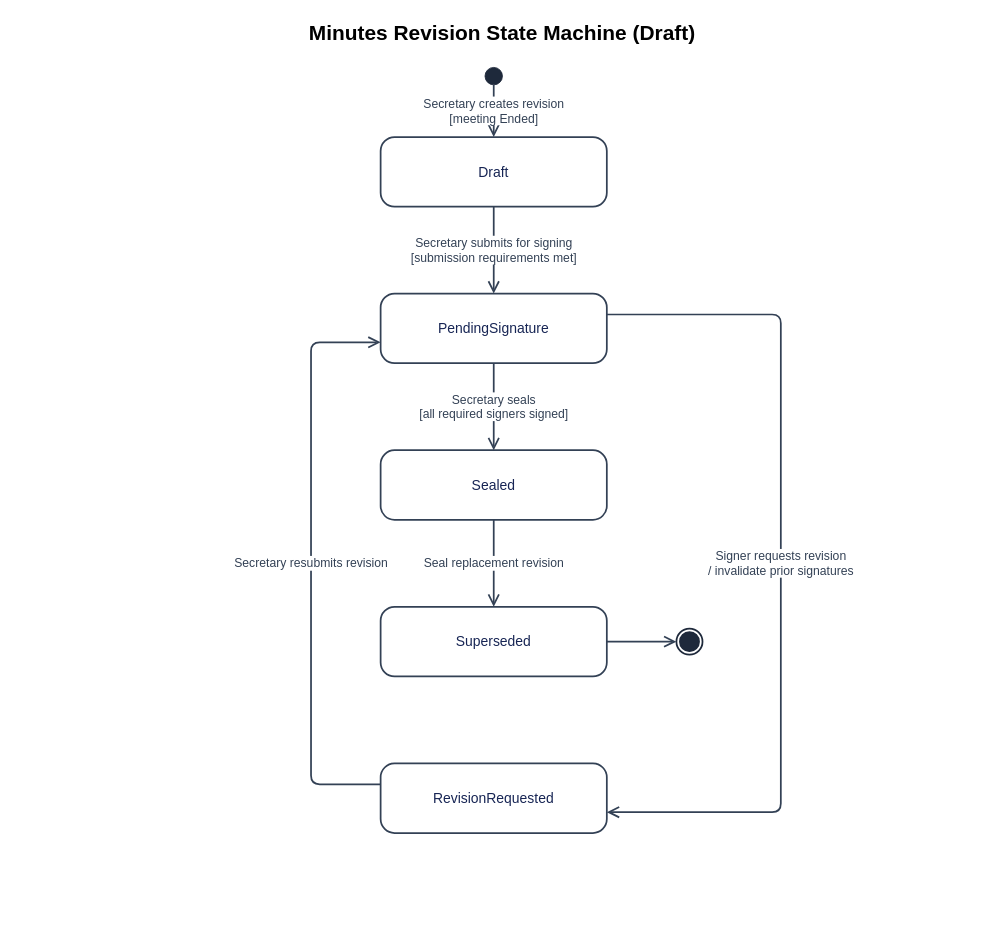
This is docs/10-statemachine/SM-13_Minutes.drawio from callmehai/FU-FA26-G116, a draw.io file, before an edit. Source tidied: cells renumbered, new cells numbered last; positions are measured from the earlier drawing's top-left corner, leaving out a move shared by most shapes. Both pictures are drawn from the tidied source at 87%, with x=0, y=0 at pixel (15, 15).
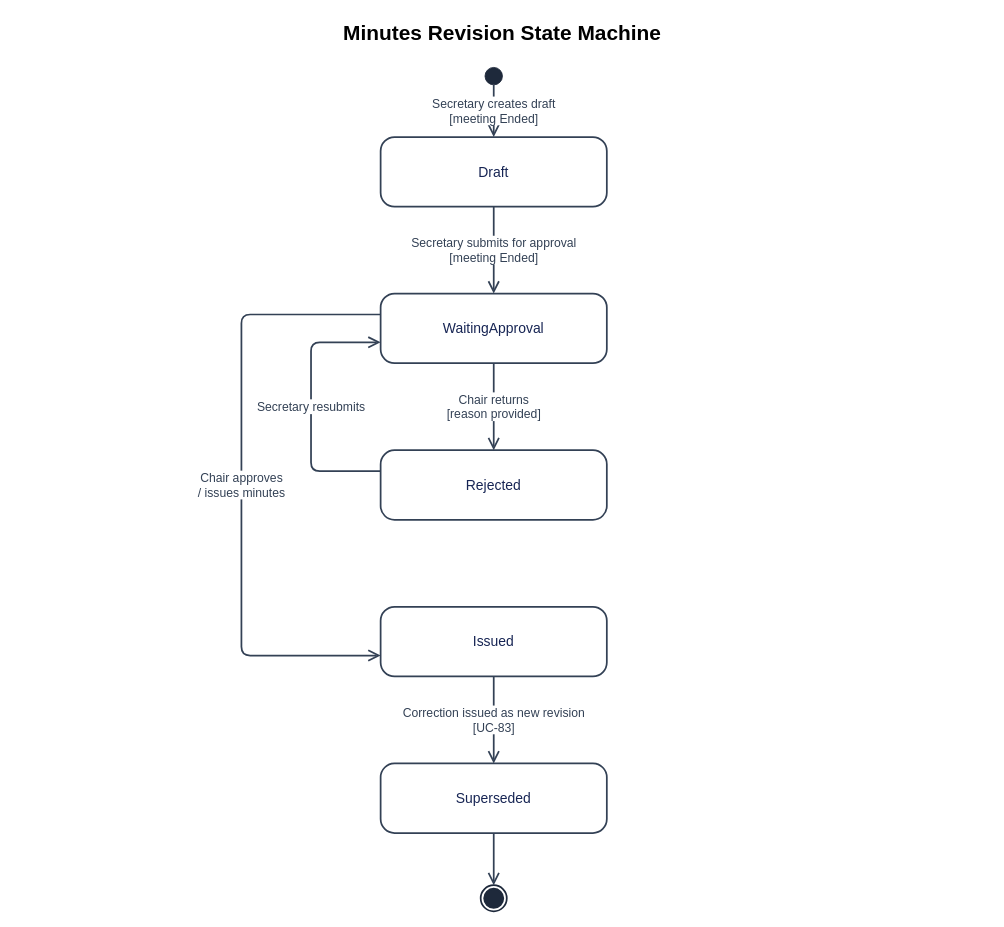
The same page after the edit.

The change refers to these unchanged cells:
```xml
<mxCell id="3" style="html=1;whiteSpace=wrap;fontFamily=Arial;fontSize=16;ellipse;fillColor=#1e293b;strokeColor=#1e293b;" parent="1" vertex="1">
  <mxGeometry x="540" y="60" width="20" height="20" as="geometry" />
</mxCell>
<mxCell id="4" value="Draft" style="html=1;whiteSpace=wrap;fontFamily=Arial;fontSize=16;rounded=1;arcSize=20;fillColor=#ffffff;strokeColor=#334155;fontColor=#172554;strokeWidth=2;" parent="1" vertex="1">
  <mxGeometry x="420" y="140" width="260" height="80" as="geometry" />
</mxCell>
```

Change to the diagram source:
```diff
@@
-    <mxCell id="2" value="Minutes Revision State Machine (Draft)" style="html=1;whiteSpace=wrap;fontFamily=Arial;fontSize=16;text;align=center;fontStyle=1;fontSize=24;" parent="1" vertex="1">
+    <mxCell id="2" value="Minutes Revision State Machine" style="html=1;whiteSpace=wrap;fontFamily=Arial;fontSize=16;text;align=center;fontStyle=1;fontSize=24;" parent="1" vertex="1">
       <mxGeometry width="1120" height="50" as="geometry" />
     </mxCell>
@@
-    <mxCell id="5" value="PendingSignature" style="html=1;whiteSpace=wrap;fontFamily=Arial;fontSize=16;rounded=1;arcSize=20;fillColor=#ffffff;strokeColor=#334155;fontColor=#172554;strokeWidth=2;" parent="1" vertex="1">
-      <mxGeometry x="420" y="320" width="260" height="80" as="geometry" />
-    </mxCell>
-    <mxCell id="6" value="Sealed" style="html=1;whiteSpace=wrap;fontFamily=Arial;fontSize=16;rounded=1;arcSize=20;fillColor=#ffffff;strokeColor=#334155;fontColor=#172554;strokeWidth=2;" parent="1" vertex="1">
-      <mxGeometry x="420" y="500" width="260" height="80" as="geometry" />
-    </mxCell>
+    <mxCell id="17" value="WaitingApproval" style="html=1;whiteSpace=wrap;fontFamily=Arial;fontSize=16;rounded=1;arcSize=20;fillColor=#ffffff;strokeColor=#334155;fontColor=#172554;strokeWidth=2;" parent="1" vertex="1">
+      <mxGeometry x="420" y="320" width="260" height="80" as="geometry" />
+    </mxCell>
+    <mxCell id="18" value="Rejected" style="html=1;whiteSpace=wrap;fontFamily=Arial;fontSize=16;rounded=1;arcSize=20;fillColor=#ffffff;strokeColor=#334155;fontColor=#172554;strokeWidth=2;" parent="1" vertex="1">
+      <mxGeometry x="420" y="500" width="260" height="80" as="geometry" />
+    </mxCell>
+    <mxCell id="19" value="Issued" style="html=1;whiteSpace=wrap;fontFamily=Arial;fontSize=16;rounded=1;arcSize=20;fillColor=#ffffff;strokeColor=#334155;fontColor=#172554;strokeWidth=2;" parent="1" vertex="1">
+      <mxGeometry x="420" y="680" width="260" height="80" as="geometry" />
+    </mxCell>
     <mxCell id="7" value="Superseded" style="html=1;whiteSpace=wrap;fontFamily=Arial;fontSize=16;rounded=1;arcSize=20;fillColor=#ffffff;strokeColor=#334155;fontColor=#172554;strokeWidth=2;" parent="1" vertex="1">
-      <mxGeometry x="420" y="680" width="260" height="80" as="geometry" />
+      <mxGeometry x="420" y="860" width="260" height="80" as="geometry" />
     </mxCell>
-    <mxCell id="8" value="RevisionRequested" style="html=1;whiteSpace=wrap;fontFamily=Arial;fontSize=16;rounded=1;arcSize=20;fillColor=#ffffff;strokeColor=#334155;fontColor=#172554;strokeWidth=2;" parent="1" vertex="1">
-      <mxGeometry x="420" y="860" width="260" height="80" as="geometry" />
-    </mxCell>
-    <mxCell id="9" value="Secretary creates revision&#10;[meeting Ended]" style="edgeStyle=orthogonalEdgeStyle;rounded=1;jettySize=auto;html=1;endArrow=open;endSize=10;strokeWidth=2;strokeColor=#334155;fontColor=#334155;fontFamily=Arial;fontSize=14;labelBackgroundColor=#ffffff;exitX=0.5;exitY=1;entryX=0.5;entryY=0;" parent="1" edge="1" source="3" target="4">
+    <mxCell id="9" value="Secretary creates draft&#10;[meeting Ended]" style="edgeStyle=orthogonalEdgeStyle;rounded=1;jettySize=auto;html=1;endArrow=open;endSize=10;strokeWidth=2;strokeColor=#334155;fontColor=#334155;fontFamily=Arial;fontSize=14;labelBackgroundColor=#ffffff;exitX=0.5;exitY=1;entryX=0.5;entryY=0;" parent="1" edge="1" source="3" target="4">
       <mxGeometry relative="1" as="geometry" />
     </mxCell>
-    <mxCell id="10" value="Secretary submits for signing&#10;[submission requirements met]" style="edgeStyle=orthogonalEdgeStyle;rounded=1;jettySize=auto;html=1;endArrow=open;endSize=10;strokeWidth=2;strokeColor=#334155;fontColor=#334155;fontFamily=Arial;fontSize=14;labelBackgroundColor=#ffffff;exitX=0.5;exitY=1;entryX=0.5;entryY=0;" parent="1" edge="1" source="4" target="5">
+    <mxCell id="10" value="Secretary submits for approval&#10;[meeting Ended]" style="edgeStyle=orthogonalEdgeStyle;rounded=1;jettySize=auto;html=1;endArrow=open;endSize=10;strokeWidth=2;strokeColor=#334155;fontColor=#334155;fontFamily=Arial;fontSize=14;labelBackgroundColor=#ffffff;exitX=0.5;exitY=1;entryX=0.5;entryY=0;" parent="1" edge="1" source="4" target="17">
       <mxGeometry relative="1" as="geometry" />
     </mxCell>
-    <mxCell id="11" value="Secretary seals&#10;[all required signers signed]" style="edgeStyle=orthogonalEdgeStyle;rounded=1;jettySize=auto;html=1;endArrow=open;endSize=10;strokeWidth=2;strokeColor=#334155;fontColor=#334155;fontFamily=Arial;fontSize=14;labelBackgroundColor=#ffffff;exitX=0.5;exitY=1;entryX=0.5;entryY=0;" parent="1" edge="1" source="5" target="6">
-      <mxGeometry relative="1" as="geometry" />
+    <mxCell id="11" value="Chair approves&#10;/ issues minutes" style="edgeStyle=orthogonalEdgeStyle;rounded=1;jettySize=auto;html=1;endArrow=open;endSize=10;strokeWidth=2;strokeColor=#334155;fontColor=#334155;fontFamily=Arial;fontSize=14;labelBackgroundColor=#ffffff;exitX=0;exitY=0.3;entryX=0;entryY=0.7;" parent="1" edge="1" source="17" target="19">
+      <mxGeometry relative="1" as="geometry">
+        <Array as="points">
+          <mxPoint x="260" y="344" />
+          <mxPoint x="260" y="736" />
+        </Array>
+      </mxGeometry>
     </mxCell>
-    <mxCell id="12" value="Signer requests revision&#10;/ invalidate prior signatures" style="edgeStyle=orthogonalEdgeStyle;rounded=1;jettySize=auto;html=1;endArrow=open;endSize=10;strokeWidth=2;strokeColor=#334155;fontColor=#334155;fontFamily=Arial;fontSize=14;labelBackgroundColor=#ffffff;exitX=1;exitY=0.3;entryX=1;entryY=0.7;" parent="1" edge="1" source="5" target="8">
-      <mxGeometry relative="1" as="geometry">
-        <Array as="points">
-          <mxPoint x="880" y="344" />
-          <mxPoint x="880" y="916" />
-        </Array>
-      </mxGeometry>
+    <mxCell id="12" value="Chair returns&#10;[reason provided]" style="edgeStyle=orthogonalEdgeStyle;rounded=1;jettySize=auto;html=1;endArrow=open;endSize=10;strokeWidth=2;strokeColor=#334155;fontColor=#334155;fontFamily=Arial;fontSize=14;labelBackgroundColor=#ffffff;exitX=0.5;exitY=1;entryX=0.5;entryY=0;" parent="1" edge="1" source="17" target="18">
+      <mxGeometry relative="1" as="geometry" />
     </mxCell>
-    <mxCell id="13" value="Secretary resubmits revision" style="edgeStyle=orthogonalEdgeStyle;rounded=1;jettySize=auto;html=1;endArrow=open;endSize=10;strokeWidth=2;strokeColor=#334155;fontColor=#334155;fontFamily=Arial;fontSize=14;labelBackgroundColor=#ffffff;exitX=0;exitY=0.3;entryX=0;entryY=0.7;" parent="1" edge="1" source="8" target="5">
+    <mxCell id="13" value="Secretary resubmits" style="edgeStyle=orthogonalEdgeStyle;rounded=1;jettySize=auto;html=1;endArrow=open;endSize=10;strokeWidth=2;strokeColor=#334155;fontColor=#334155;fontFamily=Arial;fontSize=14;labelBackgroundColor=#ffffff;exitX=0;exitY=0.3;entryX=0;entryY=0.7;" parent="1" edge="1" source="18" target="17">
       <mxGeometry relative="1" as="geometry">
         <Array as="points">
-          <mxPoint x="340" y="884" />
+          <mxPoint x="340" y="524" />
           <mxPoint x="340" y="376" />
         </Array>
       </mxGeometry>
     </mxCell>
-    <mxCell id="14" value="Seal replacement revision" style="edgeStyle=orthogonalEdgeStyle;rounded=1;jettySize=auto;html=1;endArrow=open;endSize=10;strokeWidth=2;strokeColor=#334155;fontColor=#334155;fontFamily=Arial;fontSize=14;labelBackgroundColor=#ffffff;exitX=0.5;exitY=1;entryX=0.5;entryY=0;" parent="1" edge="1" source="6" target="7">
+    <mxCell id="14" value="Correction issued as new revision&#10;[UC-83]" style="edgeStyle=orthogonalEdgeStyle;rounded=1;jettySize=auto;html=1;endArrow=open;endSize=10;strokeWidth=2;strokeColor=#334155;fontColor=#334155;fontFamily=Arial;fontSize=14;labelBackgroundColor=#ffffff;exitX=0.5;exitY=1;entryX=0.5;entryY=0;" parent="1" edge="1" source="19" target="7">
       <mxGeometry relative="1" as="geometry" />
     </mxCell>
     <mxCell id="15" style="ellipse;html=1;shape=endState;fillColor=#1e293b;strokeColor=#1e293b;strokeWidth=2;" parent="1" vertex="1">
-      <mxGeometry x="760" y="705" width="30" height="30" as="geometry" />
+      <mxGeometry x="535" y="1000" width="30" height="30" as="geometry" />
     </mxCell>
-    <mxCell id="16" style="edgeStyle=orthogonalEdgeStyle;rounded=1;jettySize=auto;html=1;endArrow=open;endSize=10;strokeWidth=2;strokeColor=#334155;exitX=1;exitY=0.5;entryX=0;entryY=0.5;" parent="1" edge="1" source="7" target="15">
+    <mxCell id="16" style="edgeStyle=orthogonalEdgeStyle;rounded=1;jettySize=auto;html=1;endArrow=open;endSize=10;strokeWidth=2;strokeColor=#334155;exitX=0.5;exitY=1;entryX=0.5;entryY=0;" parent="1" edge="1" source="7" target="15">
       <mxGeometry relative="1" as="geometry" />
     </mxCell>
```
